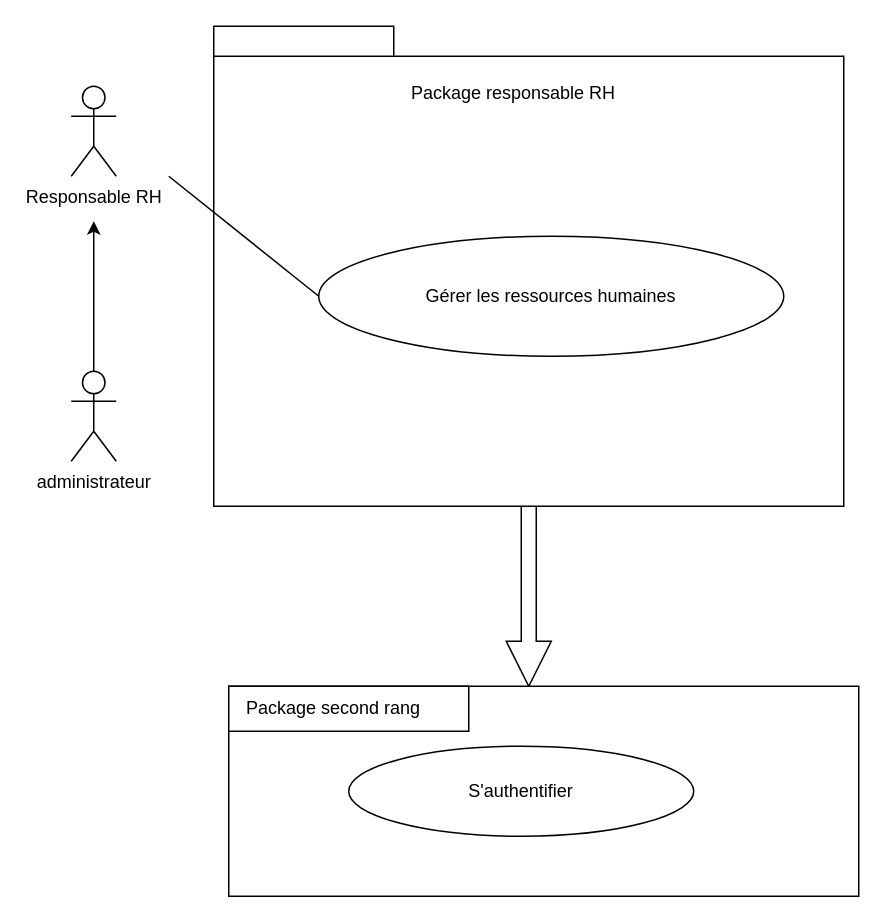
Above: cas d'utilisation générale  reposable RH.drawio in AbdelazizBs/GPAO-SpringApp (draw.io), before the change. Source tidied: cells renumbered, new cells numbered last; positions are measured from the earlier drawing's top-left corner, leaving out a move shared by most shapes. Both pictures are drawn from the tidied source at 150%, with x=0, y=0 at pixel (70, 26).
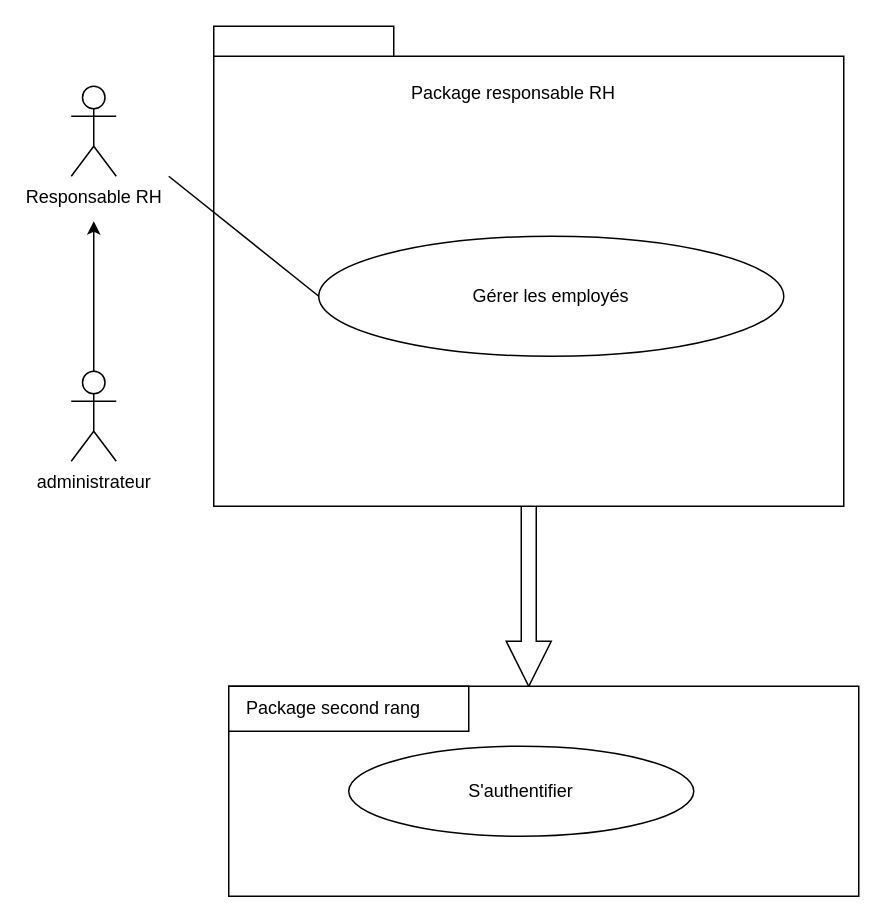
After the change.

Commit message (it also covers changes not shown here):
Mettre à jour cas d'utilisation générale  reposable RH.drawio

The edit, as a diff of the source:
```diff
@@
 <mxGraphModel>
   <root>
     <mxCell id="0" />
     <mxCell id="1" parent="0" />
     <mxCell id="2" style="edgeStyle=orthogonalEdgeStyle;rounded=0;jettySize=auto;html=1;shadow=0;shape=arrow;" parent="1" edge="1" source="3">
       <mxGeometry relative="1" as="geometry">
         <mxPoint x="305" y="440" as="targetPoint" />
       </mxGeometry>
     </mxCell>
     <mxCell id="3" style="rounded=0;whiteSpace=wrap;html=1;" parent="1" vertex="1">
       <mxGeometry x="95" y="20" width="420" height="300" as="geometry" />
     </mxCell>
     <mxCell id="4" value="Package responsable RH" style="text;html=1;strokeColor=none;fillColor=none;align=center;verticalAlign=middle;whiteSpace=wrap;rounded=0;" parent="1" vertex="1">
       <mxGeometry x="185" y="30" width="220" height="30" as="geometry" />
     </mxCell>
     <mxCell id="5" style="rounded=0;whiteSpace=wrap;html=1;" parent="1" vertex="1">
       <mxGeometry x="95" width="120" height="20" as="geometry" />
     </mxCell>
     <mxCell id="6" value="Responsable RH" style="shape=umlActor;verticalLabelPosition=bottom;verticalAlign=top;html=1;" parent="1" vertex="1">
       <mxGeometry y="40" width="30" height="60" as="geometry" />
     </mxCell>
     <mxCell id="7" style="edgeStyle=orthogonalEdgeStyle;rounded=0;jettySize=auto;html=1;" parent="1" edge="1" source="8">
       <mxGeometry relative="1" as="geometry">
         <mxPoint x="15" y="130" as="targetPoint" />
       </mxGeometry>
     </mxCell>
     <mxCell id="8" value="administrateur" style="shape=umlActor;verticalLabelPosition=bottom;verticalAlign=top;html=1;outlineConnect=0;" parent="1" vertex="1">
       <mxGeometry y="230" width="30" height="60" as="geometry" />
     </mxCell>
-    <mxCell id="9" value="Gérer les ressources humaines" style="ellipse;whiteSpace=wrap;html=1;" parent="1" vertex="1">
+    <mxCell id="9" value="Gérer les employés " style="ellipse;whiteSpace=wrap;html=1;" parent="1" vertex="1">
       <mxGeometry x="165" y="140" width="310" height="80" as="geometry" />
     </mxCell>
     <mxCell id="10" value="&lt;span style=&quot;white-space: pre;&quot;&gt;&#9;&lt;/span&gt;" style="rounded=0;whiteSpace=wrap;html=1;" parent="1" vertex="1">
       <mxGeometry x="105" y="440" width="420" height="140" as="geometry" />
     </mxCell>
     <mxCell id="11" style="rounded=0;whiteSpace=wrap;html=1;" parent="1" vertex="1">
       <mxGeometry x="105" y="440" width="160" height="30" as="geometry" />
     </mxCell>
     <mxCell id="12" value="Package second rang" style="text;html=1;strokeColor=none;fillColor=none;align=center;verticalAlign=middle;whiteSpace=wrap;rounded=0;" parent="1" vertex="1">
       <mxGeometry x="105" y="440" width="140" height="30" as="geometry" />
     </mxCell>
     <mxCell id="13" value="S'authentifier" style="ellipse;whiteSpace=wrap;html=1;" parent="1" vertex="1">
       <mxGeometry x="185" y="480" width="230" height="60" as="geometry" />
     </mxCell>
     <mxCell id="14" style="endArrow=none;html=1;rounded=0;entryX=0;entryY=0.5;entryDx=0;entryDy=0;" parent="1" edge="1" target="9">
       <mxGeometry relative="1" as="geometry">
         <mxPoint x="65" y="100" as="sourcePoint" />
       </mxGeometry>
     </mxCell>
   </root>
 </mxGraphModel>
```
